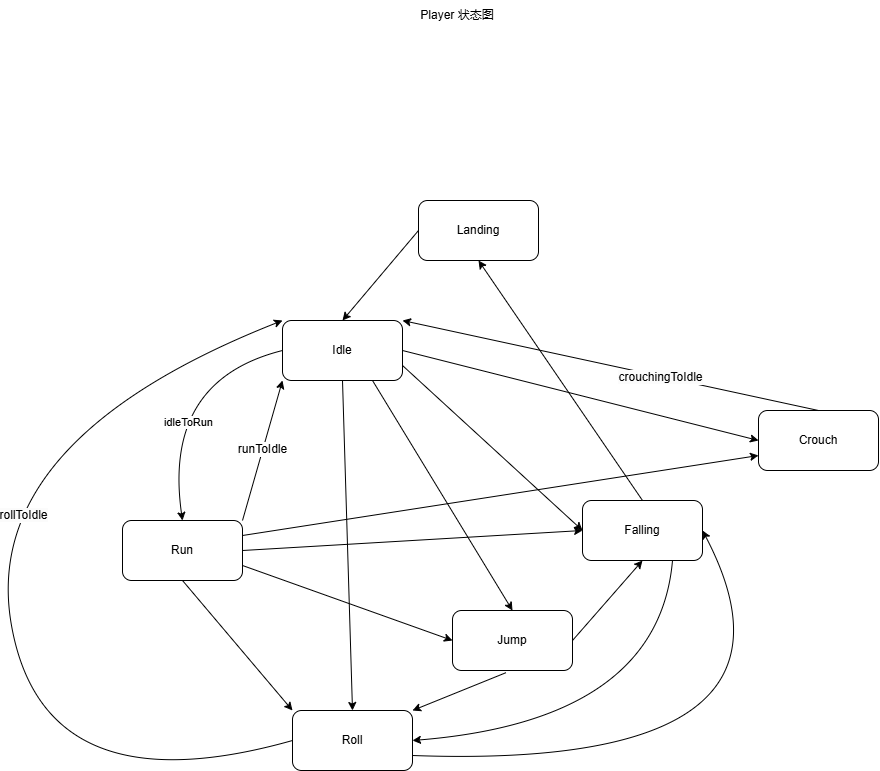
Above: doc/images/playerState.png in qihaichiaki/GameBase (draw.io), before the change. Source tidied: cells renumbered, new cells last; positions are measured from the earlier drawing's top-left corner, leaving out a move shared by most shapes.
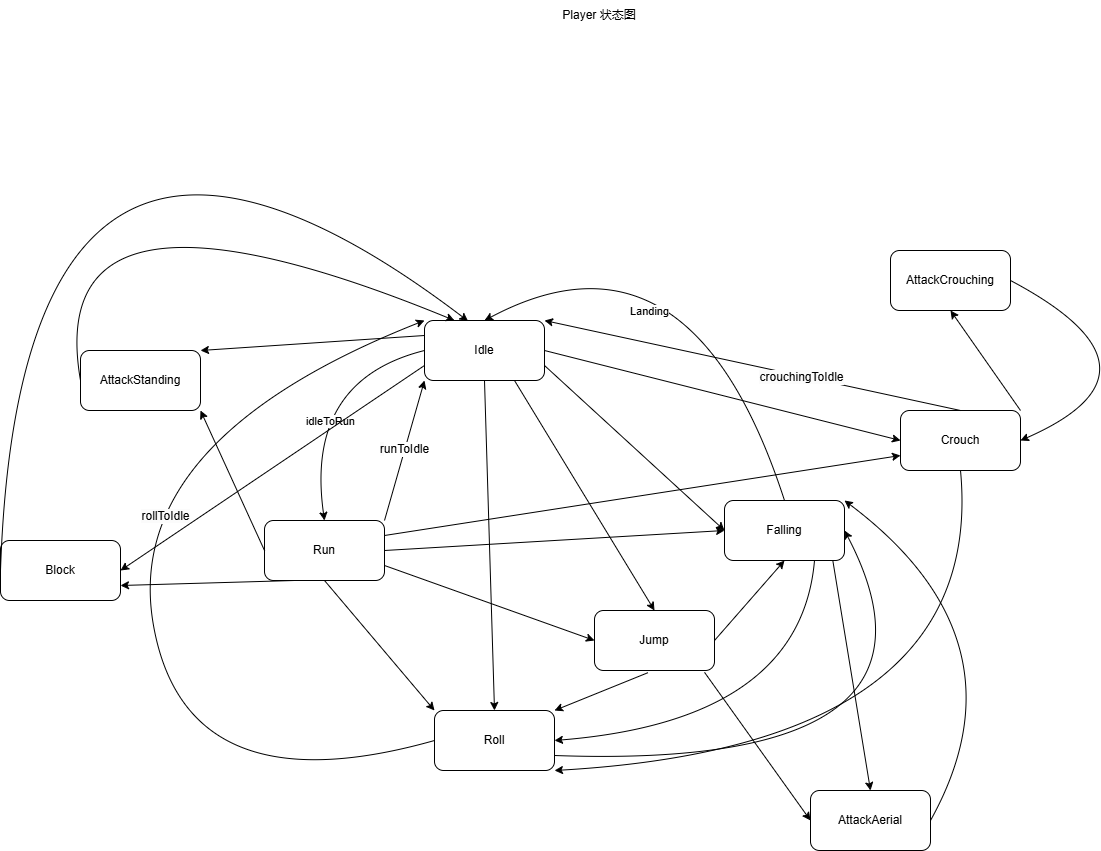
Above is the later version.

What changed in the source:
```diff
@@ -17,9 +17,6 @@
     <mxCell id="6" value="Falling" style="rounded=1;whiteSpace=wrap;html=1;" parent="1" vertex="1">
       <mxGeometry x="604" y="500" width="120" height="60" as="geometry" />
     </mxCell>
-    <mxCell id="7" value="Landing" style="rounded=1;whiteSpace=wrap;html=1;" parent="1" vertex="1">
-      <mxGeometry x="440" y="200" width="120" height="60" as="geometry" />
-    </mxCell>
     <mxCell id="8" value="Crouch" style="rounded=1;whiteSpace=wrap;html=1;" parent="1" vertex="1">
       <mxGeometry x="780" y="410" width="120" height="60" as="geometry" />
     </mxCell>
@@ -72,9 +69,18 @@
     <mxCell id="23" style="curved=1;endArrow=classic;html=1;rounded=0;exitX=0.446;exitY=1.036;exitDx=0;exitDy=0;entryX=1;entryY=0;entryDx=0;entryDy=0;exitPerimeter=0;" parent="1" edge="1" source="4" target="9">
       <mxGeometry relative="1" as="geometry" />
     </mxCell>
-    <mxCell id="24" style="curved=1;endArrow=classic;html=1;rounded=0;exitX=0.5;exitY=0;exitDx=0;exitDy=0;entryX=0.5;entryY=1;entryDx=0;entryDy=0;" parent="1" edge="1" source="6" target="7">
-      <mxGeometry relative="1" as="geometry" />
+    <mxCell id="24" style="curved=1;endArrow=classic;html=1;rounded=0;exitX=0.5;exitY=0;exitDx=0;exitDy=0;entryX=0.5;entryY=0;entryDx=0;entryDy=0;" parent="1" edge="1" source="6" target="2">
+      <mxGeometry relative="1" as="geometry">
+        <Array as="points">
+          <mxPoint x="570" y="210" />
+        </Array>
+      </mxGeometry>
     </mxCell>
+    <mxCell id="7" value="Landing" style="edgeLabel;html=1;align=center;verticalAlign=middle;points=[];" parent="24" vertex="1">
+      <mxGeometry x="0.44" y="68" relative="1" as="geometry">
+        <mxPoint y="1" as="offset" />
+      </mxGeometry>
+    </mxCell>
     <mxCell id="25" style="curved=1;endArrow=classic;html=1;rounded=0;exitX=0.75;exitY=1;exitDx=0;exitDy=0;entryX=1;entryY=0.5;entryDx=0;entryDy=0;" parent="1" edge="1" source="6" target="9">
       <mxGeometry relative="1" as="geometry">
         <Array as="points">
@@ -82,9 +88,6 @@
         </Array>
       </mxGeometry>
     </mxCell>
-    <mxCell id="26" style="curved=1;endArrow=classic;html=1;rounded=0;exitX=0;exitY=0.5;exitDx=0;exitDy=0;entryX=0.5;entryY=0;entryDx=0;entryDy=0;" parent="1" edge="1" source="7" target="2">
-      <mxGeometry relative="1" as="geometry" />
-    </mxCell>
     <mxCell id="27" style="curved=1;endArrow=classic;html=1;rounded=0;exitX=0.5;exitY=0;exitDx=0;exitDy=0;entryX=1;entryY=0;entryDx=0;entryDy=0;" parent="1" edge="1" source="8" target="2">
       <mxGeometry relative="1" as="geometry" />
     </mxCell>
@@ -117,5 +120,73 @@
         </Array>
       </mxGeometry>
     </mxCell>
+    <mxCell id="34" style="curved=1;endArrow=classic;html=1;rounded=0;exitX=0.5;exitY=1;exitDx=0;exitDy=0;entryX=1;entryY=1;entryDx=0;entryDy=0;" parent="1" edge="1" source="8" target="9">
+      <mxGeometry relative="1" as="geometry">
+        <Array as="points">
+          <mxPoint x="866" y="745" />
+        </Array>
+      </mxGeometry>
+    </mxCell>
+    <mxCell id="35" value="AttackCrouching" style="rounded=1;whiteSpace=wrap;html=1;" parent="1" vertex="1">
+      <mxGeometry x="770" y="250" width="120" height="60" as="geometry" />
+    </mxCell>
+    <mxCell id="36" value="AttackStanding" style="rounded=1;whiteSpace=wrap;html=1;" parent="1" vertex="1">
+      <mxGeometry x="-40" y="350" width="120" height="60" as="geometry" />
+    </mxCell>
+    <mxCell id="37" value="AttackAerial" style="rounded=1;whiteSpace=wrap;html=1;" parent="1" vertex="1">
+      <mxGeometry x="690" y="790" width="120" height="60" as="geometry" />
+    </mxCell>
+    <mxCell id="38" style="curved=1;endArrow=classic;html=1;rounded=0;exitX=0;exitY=0.25;exitDx=0;exitDy=0;entryX=1;entryY=0;entryDx=0;entryDy=0;" parent="1" edge="1" source="2" target="36">
+      <mxGeometry relative="1" as="geometry" />
+    </mxCell>
+    <mxCell id="39" style="curved=1;endArrow=classic;html=1;rounded=0;exitX=0;exitY=0.5;exitDx=0;exitDy=0;entryX=1;entryY=1;entryDx=0;entryDy=0;" parent="1" edge="1" source="3" target="36">
+      <mxGeometry relative="1" as="geometry" />
+    </mxCell>
+    <mxCell id="40" style="curved=1;endArrow=classic;html=1;rounded=0;exitX=0;exitY=0.5;exitDx=0;exitDy=0;entryX=0.25;entryY=0;entryDx=0;entryDy=0;" parent="1" edge="1" source="36" target="2">
+      <mxGeometry relative="1" as="geometry">
+        <Array as="points">
+          <mxPoint x="-80" y="150" />
+        </Array>
+      </mxGeometry>
+    </mxCell>
+    <mxCell id="41" style="curved=1;endArrow=classic;html=1;rounded=0;exitX=0.917;exitY=1.031;exitDx=0;exitDy=0;entryX=0;entryY=0.5;entryDx=0;entryDy=0;exitPerimeter=0;" parent="1" edge="1" source="4" target="37">
+      <mxGeometry relative="1" as="geometry" />
+    </mxCell>
+    <mxCell id="42" style="curved=1;endArrow=classic;html=1;rounded=0;exitX=0.903;exitY=1.005;exitDx=0;exitDy=0;entryX=0.5;entryY=0;entryDx=0;entryDy=0;exitPerimeter=0;" parent="1" edge="1" source="6" target="37">
+      <mxGeometry relative="1" as="geometry" />
+    </mxCell>
+    <mxCell id="43" style="curved=1;endArrow=classic;html=1;rounded=0;exitX=1;exitY=0.5;exitDx=0;exitDy=0;entryX=1;entryY=0;entryDx=0;entryDy=0;" parent="1" edge="1" source="37" target="6">
+      <mxGeometry relative="1" as="geometry">
+        <Array as="points">
+          <mxPoint x="910" y="640" />
+        </Array>
+      </mxGeometry>
+    </mxCell>
+    <mxCell id="44" style="curved=1;endArrow=classic;html=1;rounded=0;exitX=1;exitY=0;exitDx=0;exitDy=0;entryX=0.5;entryY=1;entryDx=0;entryDy=0;" parent="1" edge="1" source="8" target="35">
+      <mxGeometry relative="1" as="geometry" />
+    </mxCell>
+    <mxCell id="45" style="curved=1;endArrow=classic;html=1;rounded=0;exitX=1;exitY=0.5;exitDx=0;exitDy=0;entryX=1;entryY=0.5;entryDx=0;entryDy=0;" parent="1" edge="1" source="35" target="8">
+      <mxGeometry relative="1" as="geometry">
+        <Array as="points">
+          <mxPoint x="1060" y="370" />
+        </Array>
+      </mxGeometry>
+    </mxCell>
+    <mxCell id="46" value="Block" style="rounded=1;whiteSpace=wrap;html=1;" parent="1" vertex="1">
+      <mxGeometry x="-120" y="540" width="120" height="60" as="geometry" />
+    </mxCell>
+    <mxCell id="47" style="curved=1;endArrow=classic;html=1;rounded=0;exitX=0.25;exitY=1;exitDx=0;exitDy=0;entryX=1;entryY=0.75;entryDx=0;entryDy=0;" parent="1" edge="1" source="3" target="46">
+      <mxGeometry relative="1" as="geometry" />
+    </mxCell>
+    <mxCell id="48" style="curved=1;endArrow=classic;html=1;rounded=0;exitX=0;exitY=0.75;exitDx=0;exitDy=0;entryX=1;entryY=0.5;entryDx=0;entryDy=0;" parent="1" edge="1" source="2" target="46">
+      <mxGeometry relative="1" as="geometry" />
+    </mxCell>
+    <mxCell id="49" style="curved=1;endArrow=classic;html=1;rounded=0;exitX=0;exitY=0.5;exitDx=0;exitDy=0;entryX=0.363;entryY=0.01;entryDx=0;entryDy=0;entryPerimeter=0;" parent="1" edge="1" source="46" target="2">
+      <mxGeometry relative="1" as="geometry">
+        <Array as="points">
+          <mxPoint x="-100" y="-20" />
+        </Array>
+      </mxGeometry>
+    </mxCell>
   </root>
 </mxGraphModel>
```
